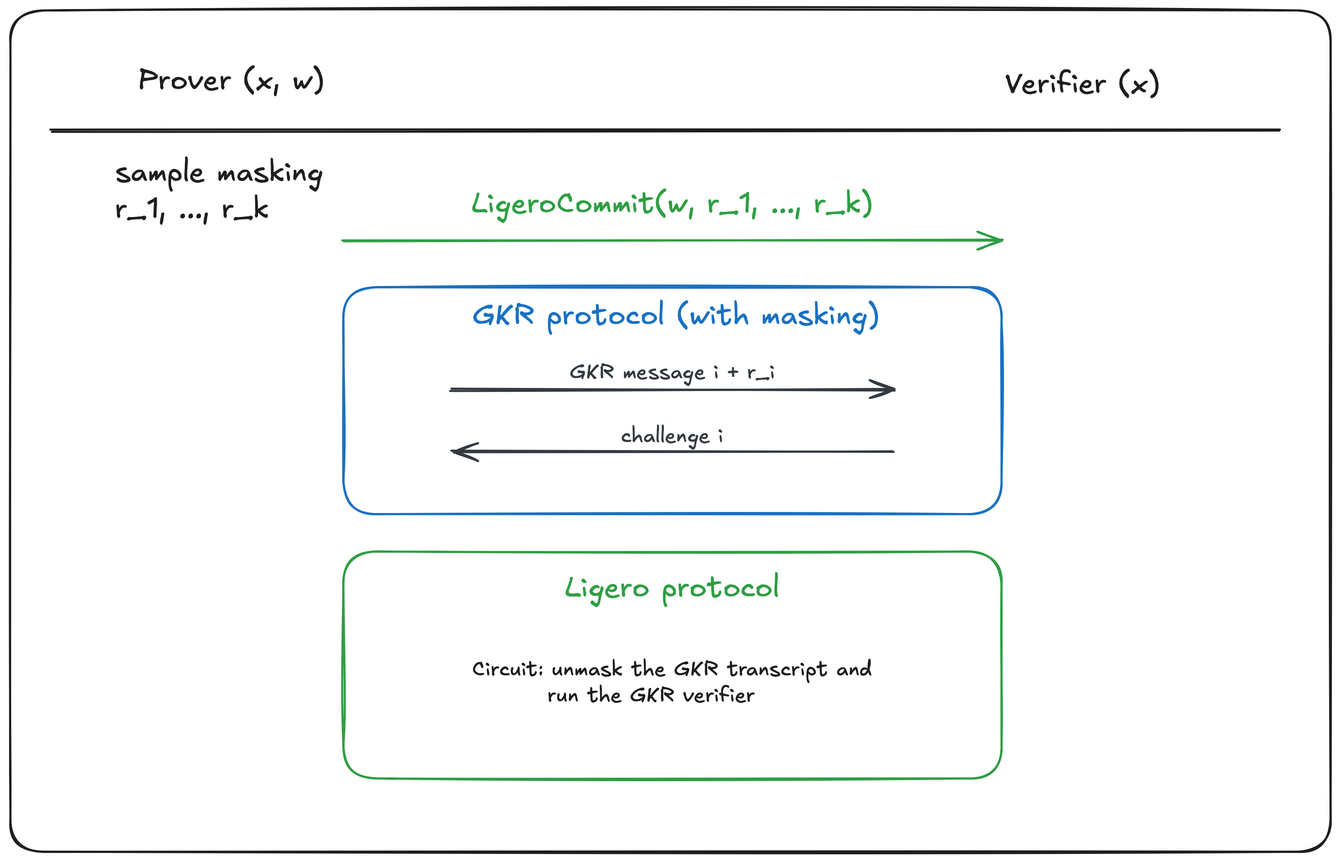
Before: libzk-highlights/libzk.excalidraw.png, a diagram exported from Excalidraw (nmohnblatt/nmohnblatt.github.io). Source tidied: one line per element, renumbered; positions are measured from the earlier drawing's top-left corner, leaving out a move shared by most shapes.
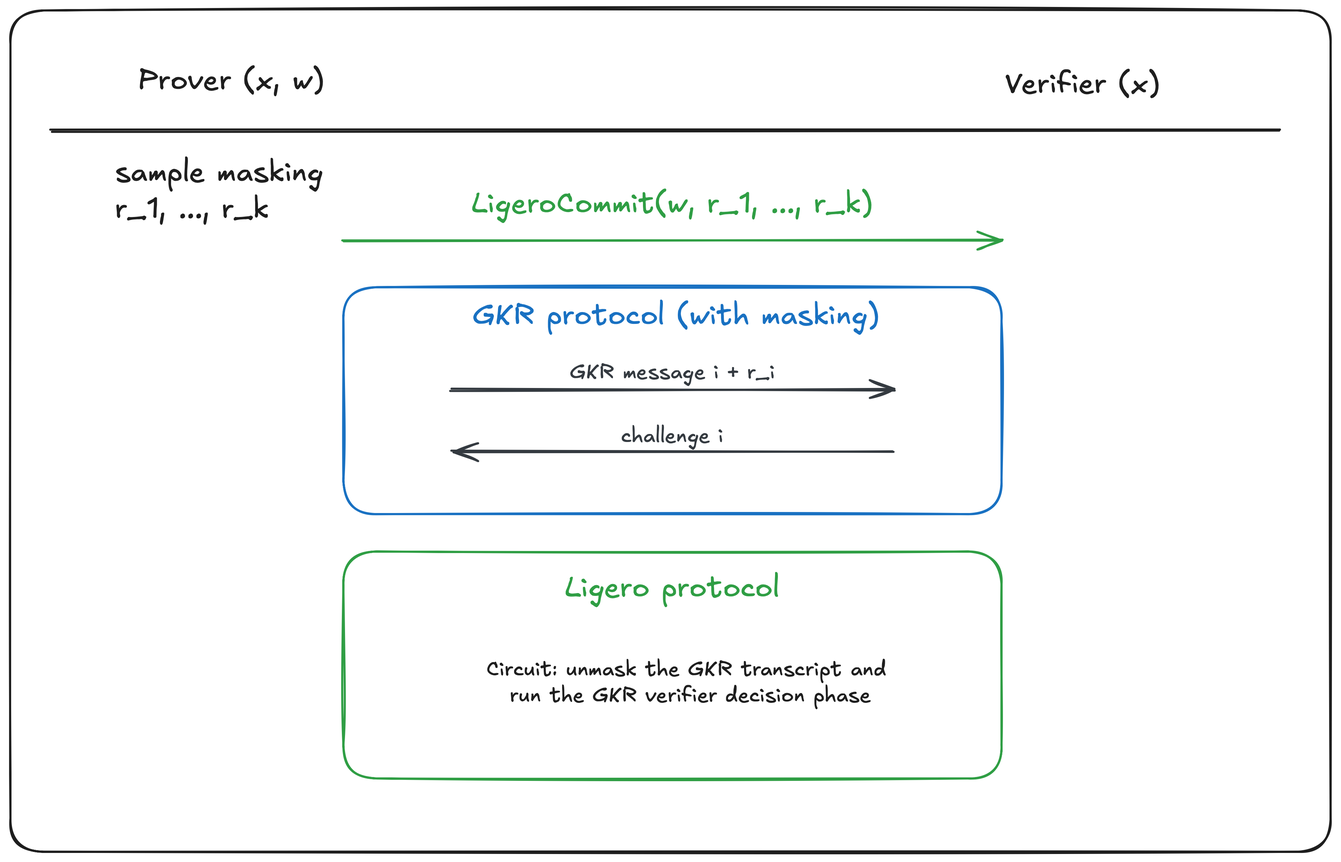
After the change.

Commit message:
better image for libzk article

The edit, as a diff of the source:
```diff
@@ -7,7 +7,7 @@
 {"id": 6, "type": "text", "text": "GKR protocol (with masking)", "strokeColor": "#1971c2", "strokeWidth": 2, "roughness": 1, "fontSize": 28, "fontFamily": 5, "x": 442, "y": 275, "width": 389, "height": 35}
 {"id": 7, "type": "rectangle", "strokeColor": "#2f9e44", "strokeWidth": 2, "roughness": 1, "round": true, "x": 318, "y": 518, "width": 629, "height": 217}
 {"id": 8, "type": "text", "text": "Ligero protocol", "strokeColor": "#2f9e44", "strokeWidth": 2, "roughness": 1, "fontSize": 28, "fontFamily": 5, "x": 531, "y": 536, "width": 205, "height": 35}
-{"id": 9, "type": "text", "text": "Circuit: unmask the GKR transcript and\n         run the GKR verifier", "strokeColor": "#1e1e1e", "strokeWidth": 2, "roughness": 1, "fontSize": 20, "fontFamily": 5, "x": 442, "y": 619, "width": 382, "height": 50}
+{"id": 9, "type": "text", "text": "Circuit: unmask the GKR transcript and \nrun the GKR verifier decision phase", "strokeColor": "#1e1e1e", "strokeWidth": 2, "roughness": 1, "fontSize": 20, "fontFamily": 5, "textAlign": "center", "x": 455, "y": 619, "width": 390, "height": 50}
 {"id": 10, "type": "line", "strokeColor": "#1e1e1e", "strokeWidth": 2, "roughness": 1, "round": true, "x": 39, "y": 115, "width": 1175, "height": 0, "points": [[0, 0], [1175, 0]]}
 {"id": 11, "type": "rectangle", "strokeColor": "#1e1e1e", "strokeWidth": 2, "roughness": 1, "round": true, "x": 0, "y": 0, "width": 1263, "height": 805}
 {"id": 12, "type": "arrow", "strokeColor": "#343a40", "strokeWidth": 2, "roughness": 1, "endArrowhead": "arrow", "round": true, "x": 422, "y": 363, "width": 423, "height": 0, "points": [[0, 0], [423, 0]]}
```
